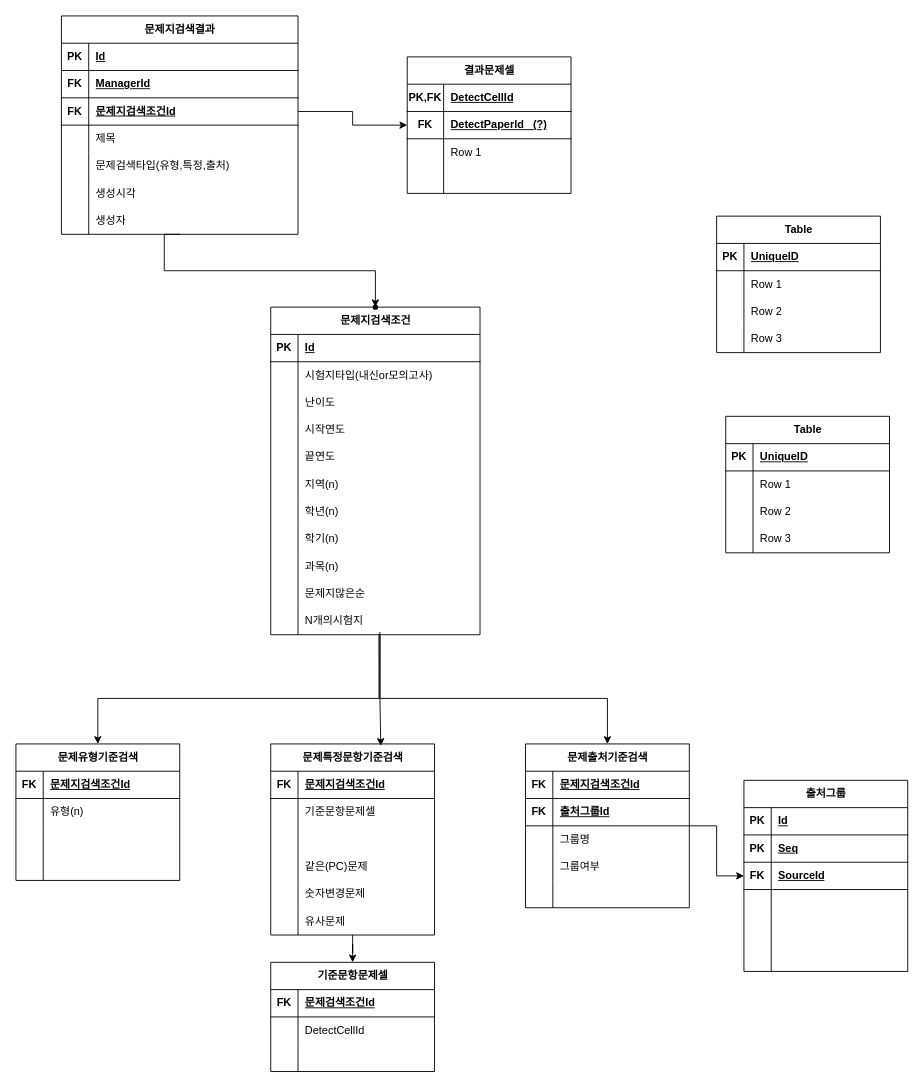
Before: 문제지 검색.drawio in hyeonzx/Search-ExamPaper, a draw.io diagram. Source tidied: cells renumbered, new cells numbered last; positions are measured from the earlier drawing's top-left corner, leaving out a move shared by most shapes. Both pictures are drawn from the tidied source at 91%, with x=0, y=0 at pixel (15, 15).
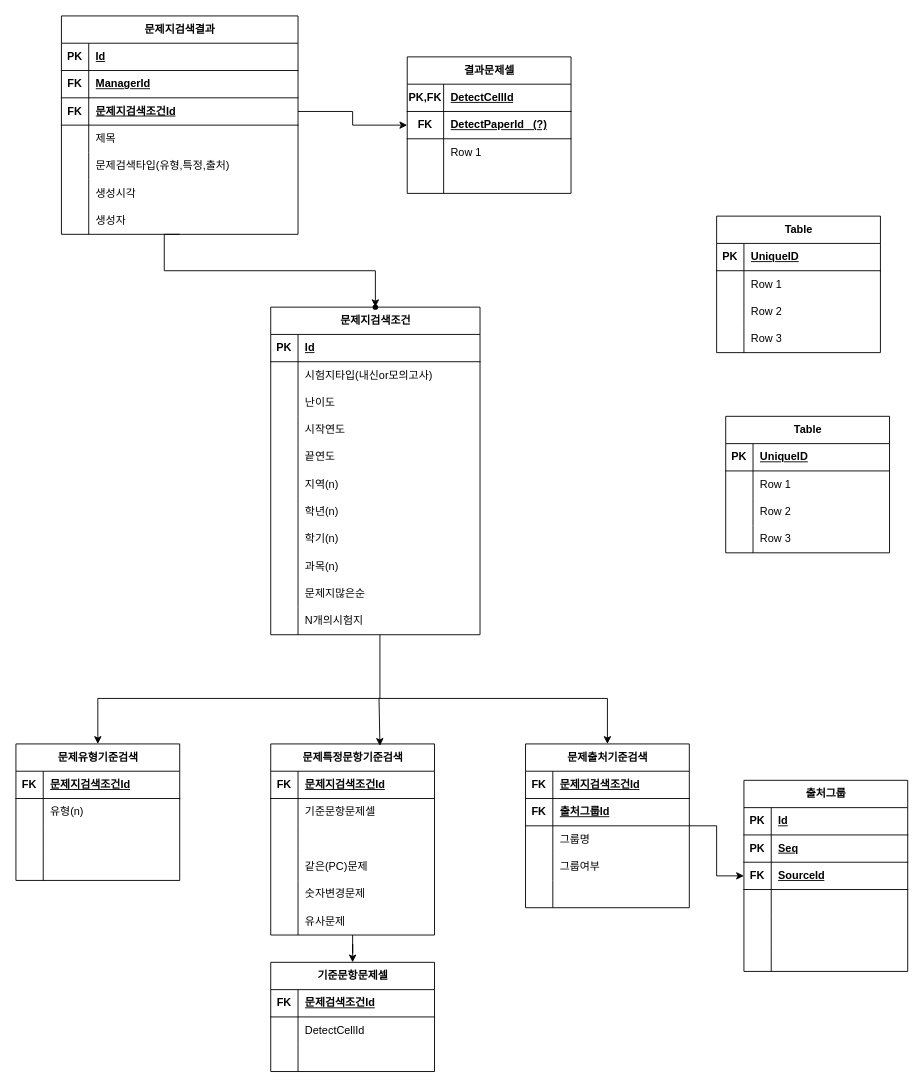
After the change.

Commit message (it also covers changes not shown here):
문제지 검색.drawio 업데이트

Unchanged cells that the change refers to:
```xml
<mxCell id="29" value="문제출처기준검색" style="shape=table;startSize=30;childLayout=tableLayout;rowLines=0;fontStyle=1;align=center;html=1;hachureGap=4;fontFamily=Helvetica;swimlaneLine=1;" parent="1" vertex="1">
  <mxGeometry x="560" y="800" width="180" height="180" as="geometry" />
</mxCell>
<mxCell id="46" value="문제특정문항기준검색" style="shape=table;startSize=30;childLayout=tableLayout;rowLines=0;fontStyle=1;align=center;html=1;hachureGap=4;fontFamily=Helvetica;swimlaneLine=1;" parent="1" vertex="1">
  <mxGeometry x="280" y="800" width="180" height="210" as="geometry" />
</mxCell>
<mxCell id="88" value="문제유형기준검색" style="shape=table;startSize=30;childLayout=tableLayout;rowLines=0;fontStyle=1;align=center;html=1;hachureGap=4;fontFamily=Helvetica;swimlaneLine=1;" parent="1" vertex="1">
  <mxGeometry y="800" width="180" height="150" as="geometry" />
</mxCell>
<mxCell id="132" style="shape=tableRow;horizontal=0;startSize=0;swimlaneHead=0;swimlaneBody=0;fillColor=none;points=[[0,0.5],[1,0.5]];portConstraint=eastwest;top=0;left=0;right=0;bottom=0;hachureGap=4;fontFamily=Helvetica;" parent="101" vertex="1">
  <mxGeometry y="330" width="230" height="30" as="geometry" />
</mxCell>
```

What changed in the source:
```diff
@@
-    <mxCell id="179" style="curved=0;endArrow=classic;html=1;rounded=0;hachureGap=4;fontFamily=Architects Daughter;exitX=0.517;exitY=0.967;exitDx=0;exitDy=0;exitPerimeter=0;entryX=0.5;entryY=0;entryDx=0;entryDy=0;" parent="1" edge="1" source="132" target="88">
+    <mxCell id="179" style="curved=0;endArrow=classic;html=1;rounded=0;hachureGap=4;fontFamily=Architects Daughter;entryX=0.5;entryY=0;entryDx=0;entryDy=0;" parent="1" edge="1">
       <mxGeometry relative="1" as="geometry">
+        <mxPoint x="400" y="680" as="sourcePoint" />
+        <mxPoint x="90" y="800" as="targetPoint" />
         <Array as="points">
-          <mxPoint x="399" y="750" />
+          <mxPoint x="400" y="750" />
           <mxPoint x="90" y="750" />
         </Array>
       </mxGeometry>
     </mxCell>
-    <mxCell id="180" style="curved=0;endArrow=classic;html=1;rounded=0;hachureGap=4;fontFamily=Architects Daughter;exitX=0.522;exitY=0.9;exitDx=0;exitDy=0;exitPerimeter=0;entryX=0.672;entryY=0.01;entryDx=0;entryDy=0;entryPerimeter=0;" parent="1" edge="1" source="132" target="46">
+    <mxCell id="180" style="curved=0;endArrow=classic;html=1;rounded=0;hachureGap=4;fontFamily=Architects Daughter;entryX=0.672;entryY=0.01;entryDx=0;entryDy=0;entryPerimeter=0;" parent="1" edge="1">
       <mxGeometry relative="1" as="geometry">
+        <mxPoint x="400" y="750" as="sourcePoint" />
+        <mxPoint x="400" y="802.1" as="targetPoint" />
         <Array as="points">
-          <mxPoint x="400" y="750" />
+          <mxPoint x="399" y="750" />
         </Array>
       </mxGeometry>
     </mxCell>
     <mxCell id="181" style="curved=0;endArrow=classic;html=1;rounded=0;hachureGap=4;fontFamily=Architects Daughter;entryX=0.5;entryY=0;entryDx=0;entryDy=0;" parent="1" edge="1" target="29">
       <mxGeometry relative="1" as="geometry">
-        <mxPoint x="400" y="680" as="sourcePoint" />
+        <mxPoint x="400" y="750" as="sourcePoint" />
         <Array as="points">
           <mxPoint x="400" y="750" />
           <mxPoint x="650" y="750" />
         </Array>
       </mxGeometry>
     </mxCell>
```
